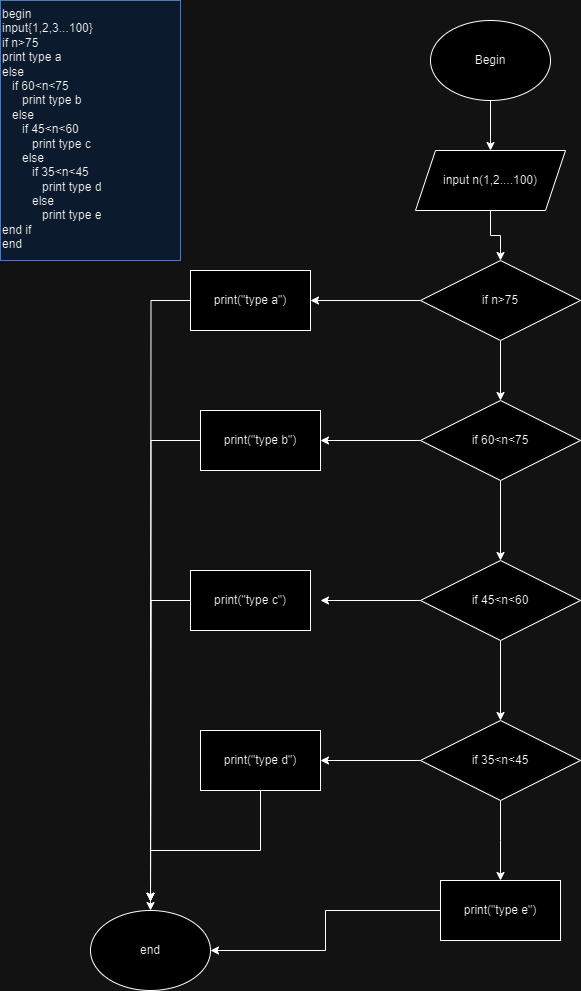
The draw.io diagram ss3/bai_tap/mo _ta _thuat _toan _co _cau _truc _dieu _kien.drawio.png in phambachc137/module-no1, before a commit. Source tidied: cells renumbered, new cells last; positions are measured from the earlier drawing's top-left corner, leaving out a move shared by most shapes. Its diagram source:
```xml
<mxGraphModel>
  <root>
    <mxCell id="0" />
    <mxCell id="1" parent="0" />
    <mxCell id="2" style="edgeStyle=orthogonalEdgeStyle;rounded=0;jettySize=auto;html=1;" parent="1" edge="1" source="3" target="5">
      <mxGeometry relative="1" as="geometry" />
    </mxCell>
    <mxCell id="3" value="Begin" style="ellipse;whiteSpace=wrap;html=1;" parent="1" vertex="1">
      <mxGeometry x="430" y="20" width="120" height="80" as="geometry" />
    </mxCell>
    <mxCell id="4" style="edgeStyle=orthogonalEdgeStyle;rounded=0;jettySize=auto;html=1;" parent="1" edge="1" source="5" target="8">
      <mxGeometry relative="1" as="geometry" />
    </mxCell>
    <mxCell id="5" value="input n(1,2....100)" style="shape=parallelogram;perimeter=parallelogramPerimeter;whiteSpace=wrap;html=1;fixedSize=1;" parent="1" vertex="1">
      <mxGeometry x="415" y="150" width="150" height="60" as="geometry" />
    </mxCell>
    <mxCell id="6" style="edgeStyle=orthogonalEdgeStyle;rounded=0;jettySize=auto;html=1;" parent="1" edge="1" source="8" target="10">
      <mxGeometry relative="1" as="geometry" />
    </mxCell>
    <mxCell id="7" style="edgeStyle=orthogonalEdgeStyle;rounded=0;jettySize=auto;html=1;" parent="1" edge="1" source="8" target="13">
      <mxGeometry relative="1" as="geometry" />
    </mxCell>
    <mxCell id="8" value="if n&amp;gt;75" style="rhombus;whiteSpace=wrap;html=1;" parent="1" vertex="1">
      <mxGeometry x="420" y="260" width="160" height="80" as="geometry" />
    </mxCell>
    <mxCell id="9" style="edgeStyle=orthogonalEdgeStyle;rounded=0;jettySize=auto;html=1;" parent="1" edge="1" source="10">
      <mxGeometry relative="1" as="geometry">
        <mxPoint x="150" y="900.8" as="targetPoint" />
      </mxGeometry>
    </mxCell>
    <mxCell id="10" value="print(&quot;type a&quot;)" style="whiteSpace=wrap;html=1;" parent="1" vertex="1">
      <mxGeometry x="190" y="270" width="120" height="60" as="geometry" />
    </mxCell>
    <mxCell id="11" style="edgeStyle=orthogonalEdgeStyle;rounded=0;jettySize=auto;html=1;" parent="1" edge="1" source="13" target="15">
      <mxGeometry relative="1" as="geometry" />
    </mxCell>
    <mxCell id="12" style="edgeStyle=orthogonalEdgeStyle;rounded=0;jettySize=auto;html=1;" parent="1" edge="1" source="13" target="18">
      <mxGeometry relative="1" as="geometry" />
    </mxCell>
    <mxCell id="13" value="if 60&amp;lt;n&amp;lt;75" style="rhombus;whiteSpace=wrap;html=1;" parent="1" vertex="1">
      <mxGeometry x="420" y="400" width="160" height="80" as="geometry" />
    </mxCell>
    <mxCell id="14" style="edgeStyle=orthogonalEdgeStyle;rounded=0;jettySize=auto;html=1;" parent="1" edge="1" source="15">
      <mxGeometry relative="1" as="geometry">
        <mxPoint x="150" y="900.8" as="targetPoint" />
      </mxGeometry>
    </mxCell>
    <mxCell id="15" value="print(&quot;type b&quot;)" style="whiteSpace=wrap;html=1;" parent="1" vertex="1">
      <mxGeometry x="200" y="410" width="120" height="60" as="geometry" />
    </mxCell>
    <mxCell id="16" style="edgeStyle=orthogonalEdgeStyle;rounded=0;jettySize=auto;html=1;" parent="1" edge="1" source="18">
      <mxGeometry relative="1" as="geometry">
        <mxPoint x="320" y="600" as="targetPoint" />
      </mxGeometry>
    </mxCell>
    <mxCell id="17" style="edgeStyle=orthogonalEdgeStyle;rounded=0;jettySize=auto;html=1;" parent="1" edge="1" source="18" target="23">
      <mxGeometry relative="1" as="geometry" />
    </mxCell>
    <mxCell id="18" value="if 45&amp;lt;n&amp;lt;60" style="rhombus;whiteSpace=wrap;html=1;" parent="1" vertex="1">
      <mxGeometry x="420" y="560" width="160" height="80" as="geometry" />
    </mxCell>
    <mxCell id="19" style="edgeStyle=orthogonalEdgeStyle;rounded=0;jettySize=auto;html=1;" parent="1" edge="1" source="20">
      <mxGeometry relative="1" as="geometry">
        <mxPoint x="150" y="900.8" as="targetPoint" />
      </mxGeometry>
    </mxCell>
    <mxCell id="20" value="print(&quot;type c&quot;)" style="rounded=0;whiteSpace=wrap;html=1;" parent="1" vertex="1">
      <mxGeometry x="190" y="570" width="120" height="60" as="geometry" />
    </mxCell>
    <mxCell id="21" style="edgeStyle=orthogonalEdgeStyle;rounded=0;jettySize=auto;html=1;" parent="1" edge="1" source="23" target="25">
      <mxGeometry relative="1" as="geometry" />
    </mxCell>
    <mxCell id="22" style="edgeStyle=orthogonalEdgeStyle;rounded=0;jettySize=auto;html=1;" parent="1" edge="1" source="23">
      <mxGeometry relative="1" as="geometry">
        <mxPoint x="500" y="880" as="targetPoint" />
      </mxGeometry>
    </mxCell>
    <mxCell id="23" value="if 35&amp;lt;n&amp;lt;45" style="rhombus;whiteSpace=wrap;html=1;" parent="1" vertex="1">
      <mxGeometry x="420" y="720" width="160" height="80" as="geometry" />
    </mxCell>
    <mxCell id="24" style="edgeStyle=orthogonalEdgeStyle;rounded=0;jettySize=auto;html=1;entryX=0.5;entryY=0;entryDx=0;entryDy=0;" parent="1" edge="1" source="25" target="28">
      <mxGeometry relative="1" as="geometry" />
    </mxCell>
    <mxCell id="25" value="print(&quot;type d&quot;)" style="whiteSpace=wrap;html=1;" parent="1" vertex="1">
      <mxGeometry x="200" y="730" width="120" height="60" as="geometry" />
    </mxCell>
    <mxCell id="26" style="edgeStyle=orthogonalEdgeStyle;rounded=0;jettySize=auto;html=1;entryX=1;entryY=0.5;entryDx=0;entryDy=0;" parent="1" edge="1" source="27" target="28">
      <mxGeometry relative="1" as="geometry" />
    </mxCell>
    <mxCell id="27" value="print(&quot;type e&quot;)" style="whiteSpace=wrap;html=1;" parent="1" vertex="1">
      <mxGeometry x="440" y="880" width="120" height="60" as="geometry" />
    </mxCell>
    <mxCell id="28" value="end" style="ellipse;whiteSpace=wrap;html=1;" parent="1" vertex="1">
      <mxGeometry x="90" y="910" width="120" height="80" as="geometry" />
    </mxCell>
    <mxCell id="29" value="begin&amp;nbsp;&lt;div&gt;input{1,2,3...100}&lt;/div&gt;&lt;div&gt;if n&amp;gt;75&lt;/div&gt;&lt;div&gt;print type a&lt;/div&gt;&lt;div&gt;else&lt;/div&gt;&lt;div&gt;&amp;nbsp; &amp;nbsp;if 60&amp;lt;n&amp;lt;75&lt;/div&gt;&lt;div&gt;&amp;nbsp; &amp;nbsp; &amp;nbsp; print type b&lt;/div&gt;&lt;div&gt;&amp;nbsp; &amp;nbsp;else&amp;nbsp;&lt;/div&gt;&lt;div&gt;&amp;nbsp; &amp;nbsp; &amp;nbsp; if 45&amp;lt;n&amp;lt;60&lt;/div&gt;&lt;div&gt;&amp;nbsp; &amp;nbsp; &amp;nbsp; &amp;nbsp; &amp;nbsp;print type c&lt;/div&gt;&lt;div&gt;&amp;nbsp; &amp;nbsp; &amp;nbsp; else&amp;nbsp;&lt;/div&gt;&lt;div&gt;&amp;nbsp; &amp;nbsp; &amp;nbsp; &amp;nbsp; &amp;nbsp;if 35&amp;lt;n&amp;lt;45&lt;/div&gt;&lt;div&gt;&amp;nbsp; &amp;nbsp; &amp;nbsp; &amp;nbsp; &amp;nbsp; &amp;nbsp; print type d&lt;/div&gt;&lt;div&gt;&amp;nbsp; &amp;nbsp; &amp;nbsp; &amp;nbsp; &amp;nbsp;else&amp;nbsp;&lt;/div&gt;&lt;div&gt;&amp;nbsp; &amp;nbsp; &amp;nbsp; &amp;nbsp; &amp;nbsp; &amp;nbsp; print type e&lt;/div&gt;&lt;div&gt;end if&lt;/div&gt;&lt;div&gt;end&lt;/div&gt;" style="text;html=1;whiteSpace=wrap;overflow=hidden;rounded=0;fillColor=#dae8fc;strokeColor=#6c8ebf;" parent="1" vertex="1">
      <mxGeometry width="180" height="260" as="geometry" />
    </mxCell>
  </root>
</mxGraphModel>
```
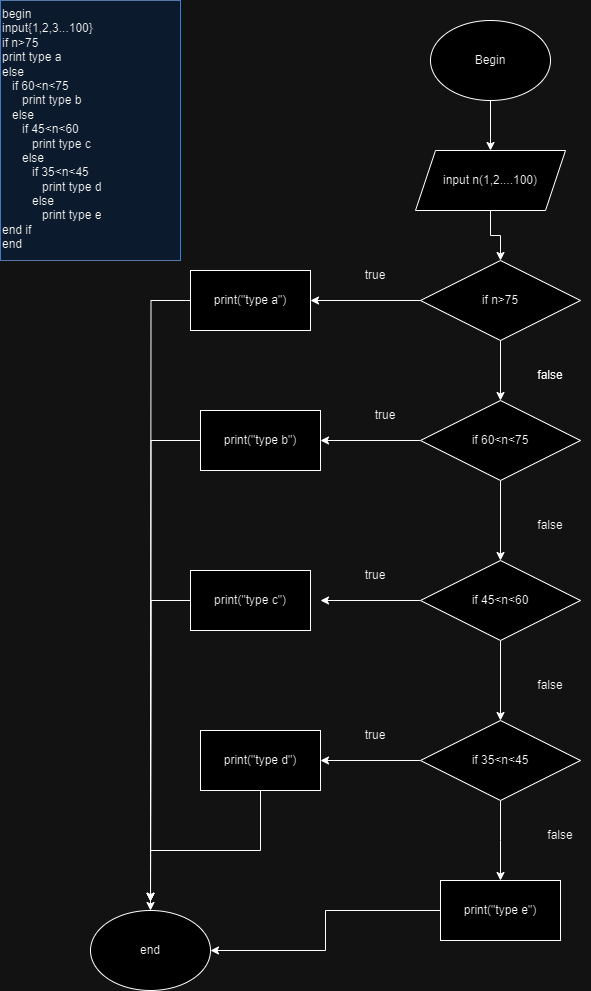
Above is the later version.

What changed in the source:
```diff
@@ -96,5 +96,32 @@
     <mxCell id="29" value="begin&amp;nbsp;&lt;div&gt;input{1,2,3...100}&lt;/div&gt;&lt;div&gt;if n&amp;gt;75&lt;/div&gt;&lt;div&gt;print type a&lt;/div&gt;&lt;div&gt;else&lt;/div&gt;&lt;div&gt;&amp;nbsp; &amp;nbsp;if 60&amp;lt;n&amp;lt;75&lt;/div&gt;&lt;div&gt;&amp;nbsp; &amp;nbsp; &amp;nbsp; print type b&lt;/div&gt;&lt;div&gt;&amp;nbsp; &amp;nbsp;else&amp;nbsp;&lt;/div&gt;&lt;div&gt;&amp;nbsp; &amp;nbsp; &amp;nbsp; if 45&amp;lt;n&amp;lt;60&lt;/div&gt;&lt;div&gt;&amp;nbsp; &amp;nbsp; &amp;nbsp; &amp;nbsp; &amp;nbsp;print type c&lt;/div&gt;&lt;div&gt;&amp;nbsp; &amp;nbsp; &amp;nbsp; else&amp;nbsp;&lt;/div&gt;&lt;div&gt;&amp;nbsp; &amp;nbsp; &amp;nbsp; &amp;nbsp; &amp;nbsp;if 35&amp;lt;n&amp;lt;45&lt;/div&gt;&lt;div&gt;&amp;nbsp; &amp;nbsp; &amp;nbsp; &amp;nbsp; &amp;nbsp; &amp;nbsp; print type d&lt;/div&gt;&lt;div&gt;&amp;nbsp; &amp;nbsp; &amp;nbsp; &amp;nbsp; &amp;nbsp;else&amp;nbsp;&lt;/div&gt;&lt;div&gt;&amp;nbsp; &amp;nbsp; &amp;nbsp; &amp;nbsp; &amp;nbsp; &amp;nbsp; print type e&lt;/div&gt;&lt;div&gt;end if&lt;/div&gt;&lt;div&gt;end&lt;/div&gt;" style="text;html=1;whiteSpace=wrap;overflow=hidden;rounded=0;fillColor=#dae8fc;strokeColor=#6c8ebf;" parent="1" vertex="1">
       <mxGeometry width="180" height="260" as="geometry" />
     </mxCell>
+    <mxCell id="30" value="true" style="text;html=1;align=center;verticalAlign=middle;whiteSpace=wrap;rounded=0;" parent="1" vertex="1">
+      <mxGeometry x="345" y="260" width="60" height="30" as="geometry" />
+    </mxCell>
+    <mxCell id="31" value="true" style="text;html=1;align=center;verticalAlign=middle;whiteSpace=wrap;rounded=0;" parent="1" vertex="1">
+      <mxGeometry x="355" y="400" width="60" height="30" as="geometry" />
+    </mxCell>
+    <mxCell id="32" value="true" style="text;html=1;align=center;verticalAlign=middle;whiteSpace=wrap;rounded=0;" parent="1" vertex="1">
+      <mxGeometry x="345" y="560" width="60" height="30" as="geometry" />
+    </mxCell>
+    <mxCell id="33" value="true" style="text;html=1;align=center;verticalAlign=middle;whiteSpace=wrap;rounded=0;" parent="1" vertex="1">
+      <mxGeometry x="345" y="720" width="60" height="30" as="geometry" />
+    </mxCell>
+    <mxCell id="34" value="false" style="text;html=1;align=center;verticalAlign=middle;whiteSpace=wrap;rounded=0;" parent="1" vertex="1">
+      <mxGeometry x="520" y="360" width="60" height="30" as="geometry" />
+    </mxCell>
+    <mxCell id="35" value="false" style="text;html=1;align=center;verticalAlign=middle;whiteSpace=wrap;rounded=0;" parent="1" vertex="1">
+      <mxGeometry x="520" y="360" width="60" height="30" as="geometry" />
+    </mxCell>
+    <mxCell id="36" value="false" style="text;html=1;align=center;verticalAlign=middle;whiteSpace=wrap;rounded=0;" parent="1" vertex="1">
+      <mxGeometry x="520" y="510" width="60" height="30" as="geometry" />
+    </mxCell>
+    <mxCell id="37" value="false" style="text;html=1;align=center;verticalAlign=middle;whiteSpace=wrap;rounded=0;" parent="1" vertex="1">
+      <mxGeometry x="520" y="670" width="60" height="30" as="geometry" />
+    </mxCell>
+    <mxCell id="38" value="false" style="text;html=1;align=center;verticalAlign=middle;whiteSpace=wrap;rounded=0;" parent="1" vertex="1">
+      <mxGeometry x="530" y="820" width="60" height="30" as="geometry" />
+    </mxCell>
   </root>
 </mxGraphModel>
```
